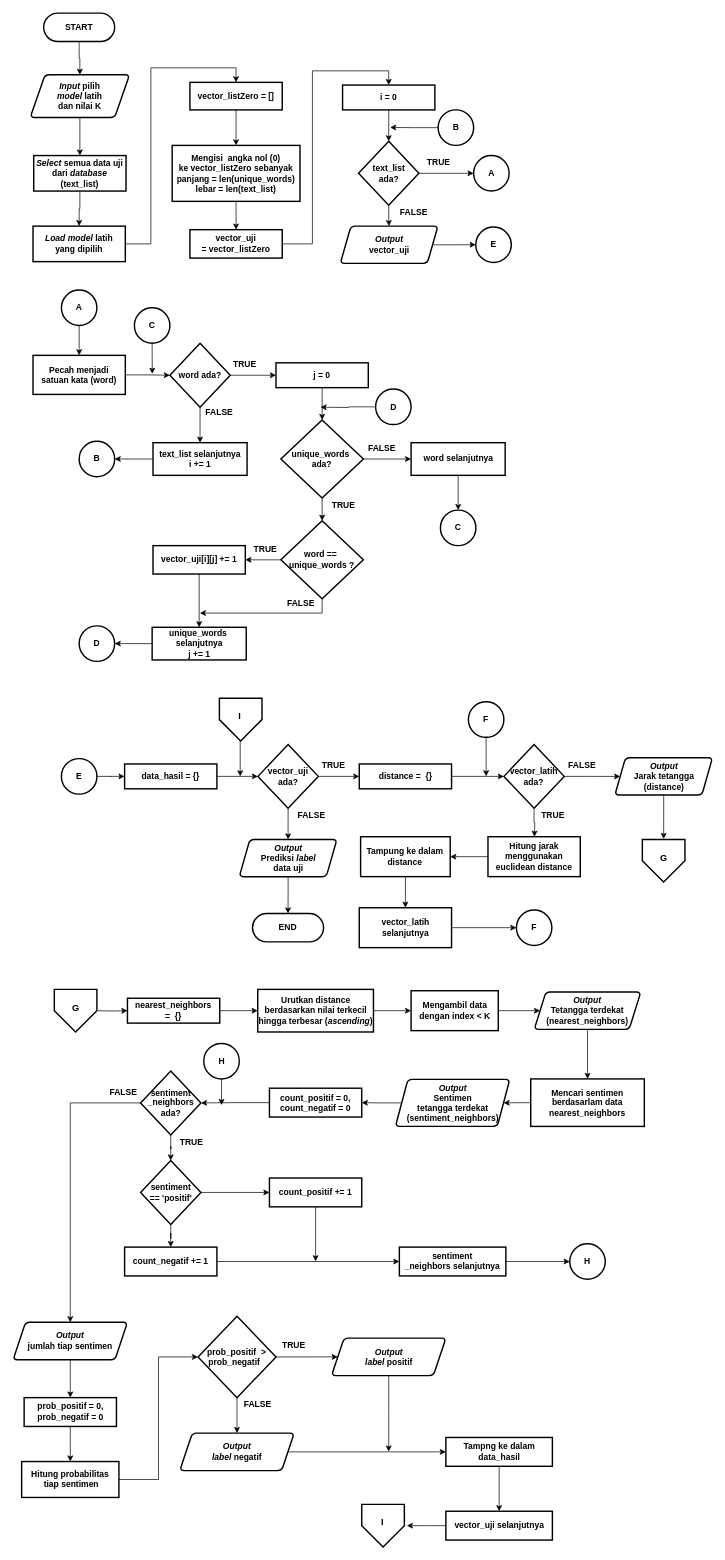
This is Dokumen TA/Paper/Flowchart/Flowchart proses klaisifikasi-pisah-1.drawio from muspriandi/TextMining-SentimentAnalysis, a draw.io file, before an edit. Source tidied: cells renumbered, new cells numbered last; positions are measured from the earlier drawing's top-left corner, leaving out a move shared by most shapes. Both pictures are drawn from the tidied source at 71%, with x=0, y=0 at pixel (13, 13).
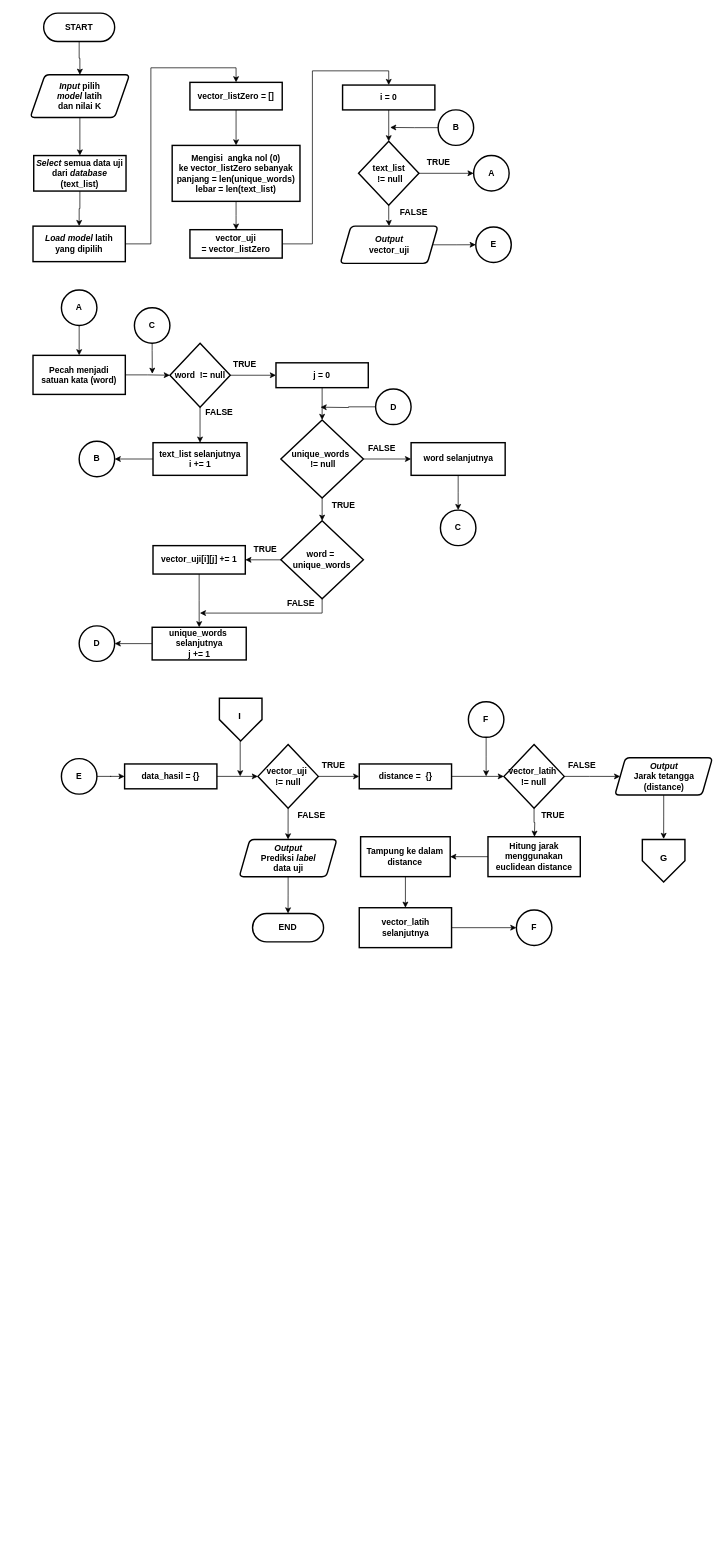
The same page after the edit.

The edit, as a diff of the source:
```diff
@@
-    <mxCell id="17" value="text_list &lt;br&gt;ada?" style="strokeWidth=2;html=1;shape=mxgraph.flowchart.decision;whiteSpace=wrap;fontStyle=1;" parent="1" vertex="1">
+    <mxCell id="17" value="text_list &lt;br&gt;&lt;b&gt;&amp;nbsp;!= null&lt;/b&gt;" style="strokeWidth=2;html=1;shape=mxgraph.flowchart.decision;whiteSpace=wrap;fontStyle=1;" parent="1" vertex="1">
       <mxGeometry x="486.5" y="180.6" width="85" height="90" as="geometry" />
     </mxCell>
@@
-    <mxCell id="20" value="word ada?" style="strokeWidth=2;html=1;shape=mxgraph.flowchart.decision;whiteSpace=wrap;fontStyle=1;" parent="1" vertex="1">
+    <mxCell id="20" value="word&amp;nbsp;&lt;b&gt;&amp;nbsp;!= null&lt;/b&gt;" style="strokeWidth=2;html=1;shape=mxgraph.flowchart.decision;whiteSpace=wrap;fontStyle=1;" parent="1" vertex="1">
       <mxGeometry x="220.8" y="465" width="85" height="90" as="geometry" />
     </mxCell>
@@
-    <mxCell id="23" value="&lt;b&gt;unique_words&amp;nbsp;&lt;br&gt;&lt;/b&gt;ada?" style="strokeWidth=2;html=1;shape=mxgraph.flowchart.decision;whiteSpace=wrap;fontStyle=1;" parent="1" vertex="1">
+    <mxCell id="23" value="&lt;b&gt;unique_words&amp;nbsp;&lt;br&gt;&lt;/b&gt;&lt;b&gt;&amp;nbsp;!= null&lt;/b&gt;" style="strokeWidth=2;html=1;shape=mxgraph.flowchart.decision;whiteSpace=wrap;fontStyle=1;" parent="1" vertex="1">
       <mxGeometry x="377.1" y="573" width="116.2" height="110" as="geometry" />
     </mxCell>
@@
-    <mxCell id="26" value="word ==&amp;nbsp;&lt;br&gt;&lt;b&gt;unique_words ?&lt;/b&gt;" style="strokeWidth=2;html=1;shape=mxgraph.flowchart.decision;whiteSpace=wrap;fontStyle=1;" parent="1" vertex="1">
+    <mxCell id="26" value="word =&amp;nbsp;&lt;br&gt;&lt;b&gt;unique_words&lt;/b&gt;" style="strokeWidth=2;html=1;shape=mxgraph.flowchart.decision;whiteSpace=wrap;fontStyle=1;" parent="1" vertex="1">
       <mxGeometry x="377.1" y="715" width="116.2" height="110" as="geometry" />
     </mxCell>
@@
-    <mxCell id="69" value="&lt;span&gt;vector_uji ada?&lt;/span&gt;" style="strokeWidth=2;html=1;shape=mxgraph.flowchart.decision;whiteSpace=wrap;fontStyle=1;" parent="1" vertex="1">
+    <mxCell id="69" value="&lt;span&gt;vector_uji&amp;nbsp;&lt;br&gt;&lt;/span&gt;&lt;b&gt;!= null&lt;/b&gt;" style="strokeWidth=2;html=1;shape=mxgraph.flowchart.decision;whiteSpace=wrap;fontStyle=1;" parent="1" vertex="1">
       <mxGeometry x="344.8" y="1030" width="85" height="90" as="geometry" />
     </mxCell>
@@
-    <mxCell id="72" value="&lt;span&gt;vector_latih ada?&lt;/span&gt;" style="strokeWidth=2;html=1;shape=mxgraph.flowchart.decision;whiteSpace=wrap;fontStyle=1;" parent="1" vertex="1">
+    <mxCell id="72" value="&lt;span&gt;vector_latih&amp;nbsp;&lt;br&gt;&lt;/span&gt;&lt;b&gt;!= null&lt;/b&gt;" style="strokeWidth=2;html=1;shape=mxgraph.flowchart.decision;whiteSpace=wrap;fontStyle=1;" parent="1" vertex="1">
       <mxGeometry x="691.2" y="1030" width="85" height="90" as="geometry" />
     </mxCell>
@@
-    <mxCell id="95" style="edgeStyle=orthogonalEdgeStyle;rounded=0;jettySize=auto;html=1;entryX=0;entryY=0.5;entryDx=0;entryDy=0;" parent="1" edge="1" target="103">
-      <mxGeometry relative="1" as="geometry">
-        <mxPoint x="119" y="1405" as="sourcePoint" />
-      </mxGeometry>
-    </mxCell>
-    <mxCell id="96" style="edgeStyle=orthogonalEdgeStyle;rounded=0;jettySize=auto;html=1;entryX=0;entryY=0.5;entryDx=0;entryDy=0;" parent="1" edge="1" source="97" target="99">
-      <mxGeometry relative="1" as="geometry" />
-    </mxCell>
-    <mxCell id="97" value="Urutkan distance berdasarkan nilai terkecil hingga terbesar (&lt;i&gt;ascending&lt;/i&gt;)" style="rounded=1;whiteSpace=wrap;html=1;absoluteArcSize=1;arcSize=0;strokeWidth=2;fontStyle=1;" parent="1" vertex="1">
-      <mxGeometry x="344.5" y="1375" width="163" height="60" as="geometry" />
-    </mxCell>
-    <mxCell id="98" style="edgeStyle=orthogonalEdgeStyle;rounded=0;jettySize=auto;html=1;entryX=0;entryY=0.5;entryDx=0;entryDy=0;" parent="1" edge="1" source="99" target="101">
-      <mxGeometry relative="1" as="geometry" />
-    </mxCell>
-    <mxCell id="99" value="&lt;span&gt;Mengambil data dengan index &amp;lt; K&lt;/span&gt;" style="rounded=1;whiteSpace=wrap;html=1;absoluteArcSize=1;arcSize=0;strokeWidth=2;fontStyle=1;" parent="1" vertex="1">
-      <mxGeometry x="560.5" y="1376.9" width="122.8" height="56.2" as="geometry" />
-    </mxCell>
-    <mxCell id="100" style="edgeStyle=orthogonalEdgeStyle;rounded=0;jettySize=auto;html=1;entryX=0.5;entryY=0;entryDx=0;entryDy=0;" parent="1" edge="1" source="101" target="105">
-      <mxGeometry relative="1" as="geometry" />
-    </mxCell>
-    <mxCell id="101" value="&lt;i&gt;Output&lt;/i&gt;&lt;br&gt;Tetangga terdekat&lt;br&gt;(nearest_neighbors)" style="shape=parallelogram;html=1;strokeWidth=2;perimeter=parallelogramPerimeter;whiteSpace=wrap;rounded=1;arcSize=12;size=0.10909090909090909;fontStyle=1;" parent="1" vertex="1">
-      <mxGeometry x="734" y="1378.8" width="150" height="52.5" as="geometry" />
-    </mxCell>
-    <mxCell id="102" style="edgeStyle=orthogonalEdgeStyle;rounded=0;jettySize=auto;html=1;entryX=0;entryY=0.5;entryDx=0;entryDy=0;" parent="1" edge="1" source="103" target="97">
-      <mxGeometry relative="1" as="geometry" />
-    </mxCell>
-    <mxCell id="103" value="nearest_neighbors&lt;br&gt;&lt;span&gt;=&amp;nbsp; {}&lt;/span&gt;" style="rounded=1;whiteSpace=wrap;html=1;absoluteArcSize=1;arcSize=0;strokeWidth=2;fontStyle=1;" parent="1" vertex="1">
-      <mxGeometry x="161" y="1387.5" width="130" height="35" as="geometry" />
-    </mxCell>
-    <mxCell id="104" style="edgeStyle=orthogonalEdgeStyle;rounded=0;jettySize=auto;html=1;entryX=1;entryY=0.5;entryDx=0;entryDy=0;" parent="1" edge="1" source="105" target="107">
-      <mxGeometry relative="1" as="geometry" />
-    </mxCell>
-    <mxCell id="105" value="Mencari sentimen&lt;br&gt;berdasarlam data nearest_neighbors" style="rounded=1;whiteSpace=wrap;html=1;absoluteArcSize=1;arcSize=0;strokeWidth=2;fontStyle=1;" parent="1" vertex="1">
-      <mxGeometry x="729" y="1501.1" width="160" height="66.9" as="geometry" />
-    </mxCell>
-    <mxCell id="106" style="edgeStyle=orthogonalEdgeStyle;rounded=0;jettySize=auto;html=1;entryX=1;entryY=0.5;entryDx=0;entryDy=0;" parent="1" edge="1" source="107" target="109">
-      <mxGeometry relative="1" as="geometry" />
-    </mxCell>
-    <mxCell id="107" value="&lt;i&gt;Output&lt;/i&gt;&lt;br&gt;Sentimen &lt;br&gt;tetangga terdekat&lt;br&gt;(sentiment_neighbors)" style="shape=parallelogram;html=1;strokeWidth=2;perimeter=parallelogramPerimeter;whiteSpace=wrap;rounded=1;arcSize=12;size=0.10909090909090909;fontStyle=1;" parent="1" vertex="1">
-      <mxGeometry x="538.5" y="1501.8" width="161" height="66.2" as="geometry" />
-    </mxCell>
-    <mxCell id="108" style="edgeStyle=orthogonalEdgeStyle;rounded=0;jettySize=auto;html=1;" parent="1" edge="1" source="109" target="112">
-      <mxGeometry relative="1" as="geometry" />
-    </mxCell>
-    <mxCell id="109" value="count_positif = 0,&lt;br&gt;&lt;span style=&quot;font-size: 12px&quot;&gt;count_negatif = 0&lt;/span&gt;" style="rounded=1;whiteSpace=wrap;html=1;absoluteArcSize=1;arcSize=0;strokeWidth=2;fontStyle=1;" parent="1" vertex="1">
-      <mxGeometry x="361" y="1514.2" width="130" height="40.6" as="geometry" />
-    </mxCell>
-    <mxCell id="110" style="edgeStyle=orthogonalEdgeStyle;rounded=0;jettySize=auto;html=1;entryX=0.5;entryY=0;entryDx=0;entryDy=0;entryPerimeter=0;" parent="1" edge="1" source="112" target="115">
-      <mxGeometry relative="1" as="geometry" />
-    </mxCell>
-    <mxCell id="111" style="edgeStyle=orthogonalEdgeStyle;rounded=0;jettySize=auto;html=1;entryX=0.5;entryY=0;entryDx=0;entryDy=0;" parent="1" edge="1" source="112" target="130">
-      <mxGeometry relative="1" as="geometry" />
-    </mxCell>
-    <mxCell id="112" value="&lt;span style=&quot;font-size: 12px&quot;&gt;sentiment&lt;br&gt;_neighbors&lt;br&gt;&lt;/span&gt;ada?" style="strokeWidth=2;html=1;shape=mxgraph.flowchart.decision;whiteSpace=wrap;fontStyle=1;" parent="1" vertex="1">
-      <mxGeometry x="179.5" y="1489.9" width="85" height="90" as="geometry" />
-    </mxCell>
-    <mxCell id="113" style="edgeStyle=orthogonalEdgeStyle;rounded=0;jettySize=auto;html=1;entryX=0;entryY=0.5;entryDx=0;entryDy=0;" parent="1" edge="1" source="115" target="117">
-      <mxGeometry relative="1" as="geometry" />
-    </mxCell>
-    <mxCell id="114" style="edgeStyle=orthogonalEdgeStyle;rounded=0;jettySize=auto;html=1;entryX=0.5;entryY=0;entryDx=0;entryDy=0;" parent="1" edge="1" source="115" target="119">
-      <mxGeometry relative="1" as="geometry" />
-    </mxCell>
-    <mxCell id="115" value="&lt;span style=&quot;font-size: 12px&quot;&gt;sentiment&lt;br&gt;== 'positif'&lt;br&gt;&lt;/span&gt;" style="strokeWidth=2;html=1;shape=mxgraph.flowchart.decision;whiteSpace=wrap;fontStyle=1;" parent="1" vertex="1">
-      <mxGeometry x="179.5" y="1616" width="85" height="90" as="geometry" />
-    </mxCell>
-    <mxCell id="116" style="edgeStyle=orthogonalEdgeStyle;rounded=0;jettySize=auto;html=1;" parent="1" edge="1" source="117">
-      <mxGeometry relative="1" as="geometry">
-        <mxPoint x="426" y="1758" as="targetPoint" />
-      </mxGeometry>
-    </mxCell>
-    <mxCell id="117" value="count_positif += 1" style="rounded=1;whiteSpace=wrap;html=1;absoluteArcSize=1;arcSize=0;strokeWidth=2;fontStyle=1;" parent="1" vertex="1">
-      <mxGeometry x="361" y="1640.7" width="130" height="40.6" as="geometry" />
-    </mxCell>
-    <mxCell id="118" style="edgeStyle=orthogonalEdgeStyle;rounded=0;jettySize=auto;html=1;entryX=0;entryY=0.5;entryDx=0;entryDy=0;" parent="1" edge="1" source="119" target="121">
-      <mxGeometry relative="1" as="geometry" />
-    </mxCell>
-    <mxCell id="119" value="count_negatif += 1" style="rounded=1;whiteSpace=wrap;html=1;absoluteArcSize=1;arcSize=0;strokeWidth=2;fontStyle=1;" parent="1" vertex="1">
-      <mxGeometry x="157" y="1738" width="130" height="40.6" as="geometry" />
-    </mxCell>
-    <mxCell id="120" style="edgeStyle=orthogonalEdgeStyle;rounded=0;jettySize=auto;html=1;entryX=0;entryY=0.5;entryDx=0;entryDy=0;entryPerimeter=0;" parent="1" edge="1" source="121" target="122">
-      <mxGeometry relative="1" as="geometry" />
-    </mxCell>
-    <mxCell id="121" value="sentiment&lt;br&gt;_neighbors selanjutnya" style="rounded=1;whiteSpace=wrap;html=1;absoluteArcSize=1;arcSize=0;strokeWidth=2;fontStyle=1;" parent="1" vertex="1">
-      <mxGeometry x="544" y="1738" width="150" height="40.6" as="geometry" />
-    </mxCell>
-    <mxCell id="122" value="H" style="strokeWidth=2;html=1;shape=mxgraph.flowchart.start_2;whiteSpace=wrap;fontStyle=1;" parent="1" vertex="1">
-      <mxGeometry x="784" y="1733.3" width="50" height="50" as="geometry" />
-    </mxCell>
-    <mxCell id="123" style="edgeStyle=orthogonalEdgeStyle;rounded=0;jettySize=auto;html=1;" parent="1" edge="1" source="124">
-      <mxGeometry relative="1" as="geometry">
-        <mxPoint x="293.5" y="1538" as="targetPoint" />
-      </mxGeometry>
-    </mxCell>
-    <mxCell id="124" value="H" style="strokeWidth=2;html=1;shape=mxgraph.flowchart.start_2;whiteSpace=wrap;fontStyle=1;" parent="1" vertex="1">
-      <mxGeometry x="268.5" y="1451.1" width="50" height="50" as="geometry" />
-    </mxCell>
-    <mxCell id="125" style="edgeStyle=orthogonalEdgeStyle;rounded=0;jettySize=auto;html=1;" parent="1" edge="1" source="126" target="128">
-      <mxGeometry relative="1" as="geometry" />
-    </mxCell>
-    <mxCell id="126" value="prob_positif = 0,&lt;br&gt;&lt;span style=&quot;font-size: 12px&quot;&gt;prob_negatif = 0&lt;/span&gt;" style="rounded=1;whiteSpace=wrap;html=1;absoluteArcSize=1;arcSize=0;strokeWidth=2;fontStyle=1;" parent="1" vertex="1">
-      <mxGeometry x="15.5" y="1950" width="130" height="40.6" as="geometry" />
-    </mxCell>
-    <mxCell id="127" style="edgeStyle=orthogonalEdgeStyle;rounded=0;jettySize=auto;html=1;entryX=0;entryY=0.5;entryDx=0;entryDy=0;entryPerimeter=0;" parent="1" edge="1" source="128" target="135">
-      <mxGeometry relative="1" as="geometry" />
-    </mxCell>
-    <mxCell id="128" value="&lt;span style=&quot;color: rgb(0 , 0 , 0) ; font-family: &amp;#34;helvetica&amp;#34; ; font-size: 12px ; font-style: normal ; font-weight: 700 ; letter-spacing: normal ; text-align: center ; text-indent: 0px ; text-transform: none ; word-spacing: 0px ; background-color: rgb(248 , 249 , 250) ; display: inline ; float: none&quot;&gt;Hitung probabilitas&lt;br&gt;&amp;nbsp;tiap sentimen&lt;br&gt;&lt;/span&gt;" style="rounded=1;whiteSpace=wrap;html=1;absoluteArcSize=1;arcSize=0;strokeWidth=2;fontStyle=1;" parent="1" vertex="1">
-      <mxGeometry x="12" y="2040" width="137" height="50.6" as="geometry" />
-    </mxCell>
-    <mxCell id="129" style="edgeStyle=orthogonalEdgeStyle;rounded=0;jettySize=auto;html=1;entryX=0.5;entryY=0;entryDx=0;entryDy=0;" parent="1" edge="1" source="130" target="126">
-      <mxGeometry relative="1" as="geometry" />
-    </mxCell>
-    <mxCell id="130" value="&lt;i&gt;Output&lt;/i&gt;&lt;br&gt;jumlah tiap sentimen" style="shape=parallelogram;html=1;strokeWidth=2;perimeter=parallelogramPerimeter;whiteSpace=wrap;rounded=1;arcSize=12;size=0.10909090909090909;fontStyle=1;" parent="1" vertex="1">
-      <mxGeometry y="1843.9" width="161" height="52.8" as="geometry" />
-    </mxCell>
-    <mxCell id="131" value="FALSE" style="text;html=1;align=center;verticalAlign=middle;fontStyle=1;" parent="1" vertex="1">
-      <mxGeometry x="129.5" y="1510" width="50" height="20" as="geometry" />
-    </mxCell>
-    <mxCell id="132" value="TRUE" style="text;html=1;align=center;verticalAlign=middle;fontStyle=1;" parent="1" vertex="1">
-      <mxGeometry x="226" y="1579.9" width="50" height="20" as="geometry" />
-    </mxCell>
-    <mxCell id="133" style="edgeStyle=orthogonalEdgeStyle;rounded=0;jettySize=auto;html=1;" parent="1" edge="1" source="135" target="137">
-      <mxGeometry relative="1" as="geometry" />
-    </mxCell>
-    <mxCell id="134" style="edgeStyle=orthogonalEdgeStyle;rounded=0;jettySize=auto;html=1;entryX=0.5;entryY=0;entryDx=0;entryDy=0;" parent="1" edge="1" source="135" target="139">
-      <mxGeometry relative="1" as="geometry" />
-    </mxCell>
-    <mxCell id="135" value="prob_positif&amp;nbsp; &amp;gt; prob_negatif&amp;nbsp;&amp;nbsp;&lt;span style=&quot;font-size: 12px&quot;&gt;&lt;br&gt;&lt;/span&gt;" style="strokeWidth=2;html=1;shape=mxgraph.flowchart.decision;whiteSpace=wrap;fontStyle=1;" parent="1" vertex="1">
-      <mxGeometry x="260.4" y="1835.3" width="109.9" height="114.7" as="geometry" />
-    </mxCell>
-    <mxCell id="136" style="edgeStyle=orthogonalEdgeStyle;rounded=0;jettySize=auto;html=1;exitX=0.5;exitY=1;exitDx=0;exitDy=0;" parent="1" edge="1" source="137">
-      <mxGeometry relative="1" as="geometry">
-        <mxPoint x="529" y="2026" as="targetPoint" />
-      </mxGeometry>
-    </mxCell>
-    <mxCell id="137" value="&lt;i&gt;Output&lt;/i&gt;&lt;br&gt;&lt;i&gt;label &lt;/i&gt;positif" style="shape=parallelogram;html=1;strokeWidth=2;perimeter=parallelogramPerimeter;whiteSpace=wrap;rounded=1;arcSize=12;size=0.10909090909090909;fontStyle=1;" parent="1" vertex="1">
-      <mxGeometry x="448.5" y="1866.2" width="161" height="52.8" as="geometry" />
-    </mxCell>
-    <mxCell id="138" style="edgeStyle=orthogonalEdgeStyle;rounded=0;jettySize=auto;html=1;entryX=0;entryY=0.5;entryDx=0;entryDy=0;" parent="1" edge="1" source="139" target="143">
-      <mxGeometry relative="1" as="geometry" />
-    </mxCell>
-    <mxCell id="139" value="&lt;i&gt;Output&lt;/i&gt;&lt;br&gt;&lt;i&gt;label &lt;/i&gt;negatif" style="shape=parallelogram;html=1;strokeWidth=2;perimeter=parallelogramPerimeter;whiteSpace=wrap;rounded=1;arcSize=12;size=0.10909090909090909;fontStyle=1;" parent="1" vertex="1">
-      <mxGeometry x="234.8" y="2000" width="161" height="52.8" as="geometry" />
-    </mxCell>
@@
-    <mxCell id="142" style="edgeStyle=orthogonalEdgeStyle;rounded=0;jettySize=auto;html=1;" parent="1" edge="1" source="143" target="145">
-      <mxGeometry relative="1" as="geometry" />
-    </mxCell>
-    <mxCell id="143" value="Tampng ke dalam&lt;br&gt;data_hasil" style="rounded=1;whiteSpace=wrap;html=1;absoluteArcSize=1;arcSize=0;strokeWidth=2;fontStyle=1;" parent="1" vertex="1">
-      <mxGeometry x="609.5" y="2006.1" width="150" height="40.6" as="geometry" />
-    </mxCell>
-    <mxCell id="144" style="edgeStyle=orthogonalEdgeStyle;rounded=0;jettySize=auto;html=1;entryX=1;entryY=0.5;entryDx=0;entryDy=0;entryPerimeter=0;" parent="1" edge="1" source="145">
-      <mxGeometry relative="1" as="geometry">
-        <mxPoint x="554.5" y="2130.3" as="targetPoint" />
-      </mxGeometry>
-    </mxCell>
-    <mxCell id="145" value="vector_uji selanjutnya" style="rounded=1;whiteSpace=wrap;html=1;absoluteArcSize=1;arcSize=0;strokeWidth=2;fontStyle=1;" parent="1" vertex="1">
-      <mxGeometry x="609.5" y="2110" width="150" height="40.6" as="geometry" />
-    </mxCell>
-    <mxCell id="146" value="FALSE" style="text;html=1;align=center;verticalAlign=middle;fontStyle=1;" parent="1" vertex="1">
-      <mxGeometry x="318.5" y="1950" width="50" height="20" as="geometry" />
-    </mxCell>
-    <mxCell id="147" value="TRUE" style="text;html=1;align=center;verticalAlign=middle;fontStyle=1;" parent="1" vertex="1">
-      <mxGeometry x="370.2" y="1866.2" width="50" height="20" as="geometry" />
-    </mxCell>
@@
-    <mxCell id="151" style="verticalLabelPosition=bottom;verticalAlign=top;html=1;shape=offPageConnector;rounded=0;size=0.5;strokeWidth=2;" parent="1" vertex="1">
-      <mxGeometry x="58" y="1375" width="60" height="60" as="geometry" />
-    </mxCell>
-    <mxCell id="152" value="G" style="text;html=1;align=center;verticalAlign=middle;fontStyle=1;fontSize=13;" parent="1" vertex="1">
-      <mxGeometry x="73" y="1391.3" width="30" height="20" as="geometry" />
-    </mxCell>
-    <mxCell id="153" style="verticalLabelPosition=bottom;verticalAlign=top;html=1;shape=offPageConnector;rounded=0;size=0.5;strokeWidth=2;" parent="1" vertex="1">
-      <mxGeometry x="491" y="2100.3" width="60" height="60" as="geometry" />
-    </mxCell>
-    <mxCell id="154" value="&lt;span style=&quot;font-size: 13px;&quot;&gt;I&lt;/span&gt;" style="text;html=1;align=center;verticalAlign=middle;fontStyle=1;fontSize=13;" parent="1" vertex="1">
-      <mxGeometry x="509.8" y="2115.3" width="20" height="20" as="geometry" />
-    </mxCell>
```
